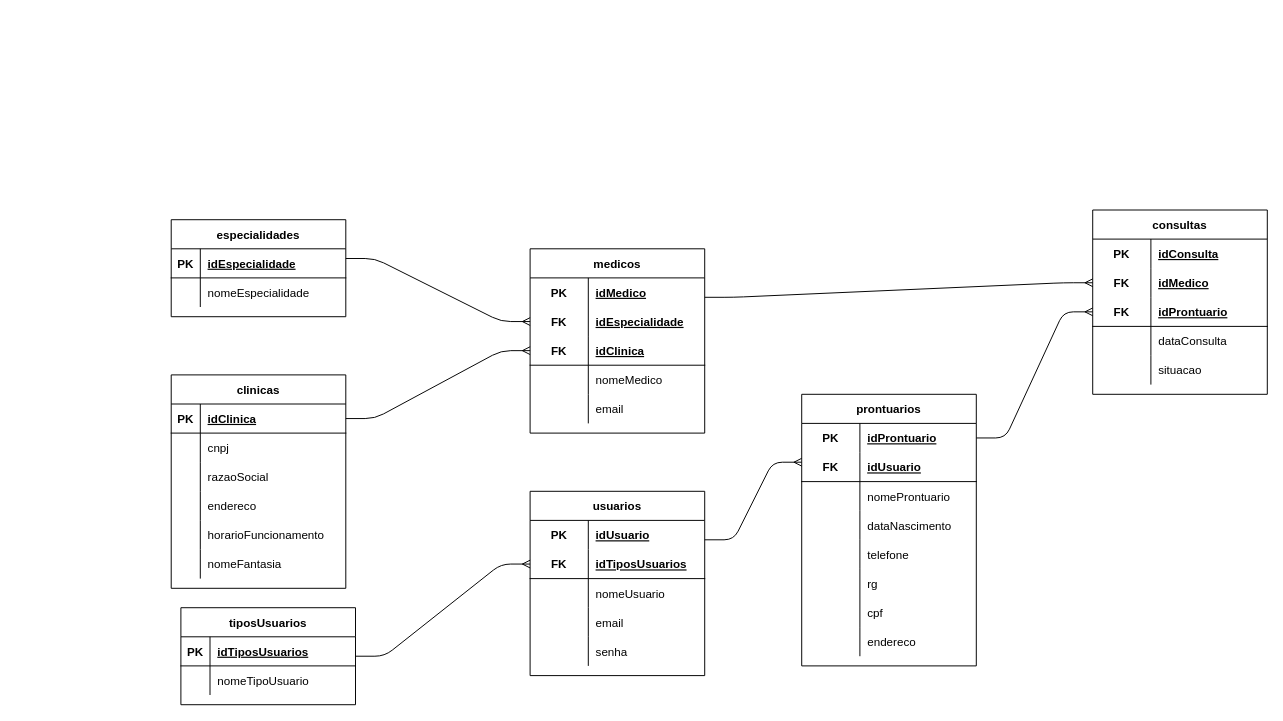
joysenaidevs/senai_sprint1_bd keeps this draw.io diagram as page "Logico" (2 of 2) of proj_med_group/Modelagem de dados/projetomed.drawio. Above is the earlier version. Source tidied: cells renumbered, new cells numbered last; positions are measured from the earlier drawing's top-left corner, leaving out a move shared by most shapes. Both pictures are drawn from the tidied source at 97%, with x=0, y=0 at pixel (171, 210).
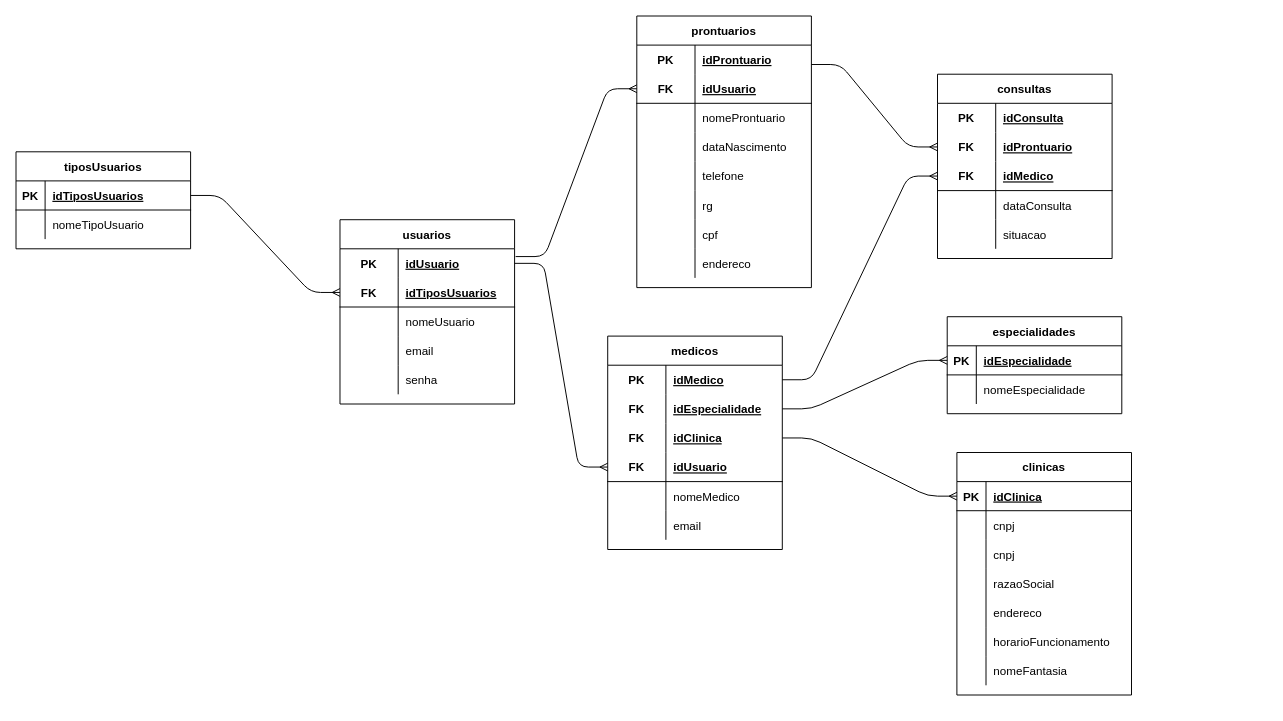
The same diagram, later.

The change refers to these unchanged cells:
```xml
<mxCell id="3" style="shape=partialRectangle;fillColor=none;top=0;left=0;bottom=1;right=0;points=[[0,0.5],[1,0.5]];portConstraint=eastwest;" parent="2" vertex="1">
  <mxGeometry y="30" width="180" height="30" as="geometry" />
</mxCell>
<mxCell id="38" style="shape=partialRectangle;fillColor=none;top=0;left=0;bottom=1;right=0;points=[[0,0.5],[1,0.5]];portConstraint=eastwest;" parent="37" vertex="1">
  <mxGeometry y="30" width="180" height="30" as="geometry" />
</mxCell>
<mxCell id="45" style="shape=partialRectangle;fillColor=none;top=0;left=0;bottom=1;right=0;points=[[0,0.5],[1,0.5]];portConstraint=eastwest;" parent="44" vertex="1">
  <mxGeometry y="30" width="180" height="30" as="geometry" />
</mxCell>
<mxCell id="52" style="shape=partialRectangle;fillColor=none;top=0;left=0;bottom=0;right=0;points=[[0,0.5],[1,0.5]];portConstraint=eastwest;" parent="51" vertex="1">
  <mxGeometry y="30" width="180" height="30" as="geometry" />
</mxCell>
<mxCell id="55" style="shape=partialRectangle;fillColor=none;top=0;left=0;bottom=1;right=0;points=[[0,0.5],[1,0.5]];portConstraint=eastwest;" parent="51" vertex="1">
  <mxGeometry y="60" width="180" height="30" as="geometry" />
</mxCell>
<mxCell id="68" style="shape=partialRectangle;fillColor=none;top=0;left=0;bottom=0;right=0;points=[[0,0.5],[1,0.5]];portConstraint=eastwest;" parent="67" vertex="1">
  <mxGeometry y="30" width="180" height="30" as="geometry" />
</mxCell>
<mxCell id="71" style="shape=partialRectangle;fillColor=none;top=0;left=0;bottom=1;right=0;points=[[0,0.5],[1,0.5]];portConstraint=eastwest;" parent="67" vertex="1">
  <mxGeometry y="60" width="180" height="30" as="geometry" />
</mxCell>
<mxCell id="96" style="shape=partialRectangle;fillColor=none;top=0;left=0;bottom=0;right=0;points=[[0,0.5],[1,0.5]];portConstraint=eastwest;" parent="92" vertex="1">
  <mxGeometry y="60" width="180" height="30" as="geometry" />
</mxCell>
<mxCell id="99" style="shape=partialRectangle;fillColor=none;top=0;left=0;bottom=1;right=0;points=[[0,0.5],[1,0.5]];portConstraint=eastwest;" parent="92" vertex="1">
  <mxGeometry y="90" width="180" height="30" as="geometry" />
</mxCell>
```

Change to the diagram source:
```diff
@@
     <mxCell id="2" value="clinicas" style="shape=table;startSize=30;childLayout=tableLayout;rowLines=0;fontStyle=1;align=center;" parent="1" vertex="1">
-      <mxGeometry y="170" width="180" height="220" as="geometry" />
+      <mxGeometry x="810" y="250" width="180" height="250" as="geometry" />
     </mxCell>
@@
+    <mxCell id="114" style="shape=partialRectangle;fillColor=none;top=0;left=0;bottom=0;right=0;" parent="2" vertex="1">
+      <mxGeometry y="60" width="180" height="30" as="geometry" />
+    </mxCell>
+    <mxCell id="115" style="shape=partialRectangle;fillColor=none;top=0;left=0;bottom=0;right=0;overflow=hidden;" parent="114" vertex="1">
+      <mxGeometry width="30" height="30" as="geometry" />
+    </mxCell>
+    <mxCell id="116" value="cnpj" style="shape=partialRectangle;fillColor=none;top=0;left=0;bottom=0;right=0;align=left;spacingLeft=6;overflow=hidden;" parent="114" vertex="1">
+      <mxGeometry x="30" width="150" height="30" as="geometry" />
+    </mxCell>
     <mxCell id="6" style="shape=partialRectangle;fillColor=none;top=0;left=0;bottom=0;right=0;" parent="2" vertex="1">
-      <mxGeometry y="60" width="180" height="30" as="geometry" />
+      <mxGeometry y="90" width="180" height="30" as="geometry" />
     </mxCell>
@@
     <mxCell id="9" style="shape=partialRectangle;fillColor=none;top=0;left=0;bottom=0;right=0;" parent="2" vertex="1">
-      <mxGeometry y="90" width="180" height="30" as="geometry" />
+      <mxGeometry y="120" width="180" height="30" as="geometry" />
     </mxCell>
@@
     <mxCell id="12" style="shape=partialRectangle;fillColor=none;top=0;left=0;bottom=0;right=0;" parent="2" vertex="1">
-      <mxGeometry y="120" width="180" height="30" as="geometry" />
+      <mxGeometry y="150" width="180" height="30" as="geometry" />
     </mxCell>
@@
     <mxCell id="15" style="shape=partialRectangle;fillColor=none;top=0;left=0;bottom=0;right=0;" parent="2" vertex="1">
-      <mxGeometry y="150" width="180" height="30" as="geometry" />
+      <mxGeometry y="180" width="180" height="30" as="geometry" />
     </mxCell>
@@
     <mxCell id="18" style="shape=partialRectangle;fillColor=none;top=0;left=0;bottom=0;right=0;" parent="2" vertex="1">
-      <mxGeometry y="180" width="180" height="30" as="geometry" />
+      <mxGeometry y="210" width="180" height="30" as="geometry" />
     </mxCell>
@@
     <mxCell id="21" value="medicos" style="shape=table;startSize=30;childLayout=tableLayout;rowLines=0;fontStyle=1;align=center;" parent="1" vertex="1">
-      <mxGeometry x="370" y="40" width="180" height="190" as="geometry" />
+      <mxGeometry x="450" y="130" width="180" height="220" as="geometry" />
     </mxCell>
+    <mxCell id="117" style="shape=partialRectangle;fillColor=none;top=0;left=0;bottom=0;right=0;points=[[0,0.5],[1,0.5]];portConstraint=eastwest;" parent="21" vertex="1">
+      <mxGeometry y="30" width="180" height="30" as="geometry" />
+    </mxCell>
+    <mxCell id="118" value="PK" style="shape=partialRectangle;fillColor=none;top=0;left=0;bottom=0;right=0;fontStyle=1;overflow=hidden;" parent="117" vertex="1">
+      <mxGeometry width="60" height="30" as="geometry" />
+    </mxCell>
+    <mxCell id="119" value="idMedico" style="shape=partialRectangle;fillColor=none;top=0;left=0;bottom=0;right=0;align=left;spacingLeft=6;fontStyle=5;overflow=hidden;" parent="117" vertex="1">
+      <mxGeometry x="60" width="120" height="30" as="geometry" />
+    </mxCell>
     <mxCell id="22" style="shape=partialRectangle;fillColor=none;top=0;left=0;bottom=0;right=0;points=[[0,0.5],[1,0.5]];portConstraint=eastwest;" parent="21" vertex="1">
-      <mxGeometry y="30" width="180" height="30" as="geometry" />
+      <mxGeometry y="60" width="180" height="30" as="geometry" />
     </mxCell>
-    <mxCell id="23" value="PK" style="shape=partialRectangle;fillColor=none;top=0;left=0;bottom=0;right=0;fontStyle=1;overflow=hidden;" parent="22" vertex="1">
+    <mxCell id="23" value="FK" style="shape=partialRectangle;fillColor=none;top=0;left=0;bottom=0;right=0;fontStyle=1;overflow=hidden;" parent="22" vertex="1">
       <mxGeometry width="60" height="30" as="geometry" />
     </mxCell>
-    <mxCell id="24" value="idMedico" style="shape=partialRectangle;fillColor=none;top=0;left=0;bottom=0;right=0;align=left;spacingLeft=6;fontStyle=5;overflow=hidden;" parent="22" vertex="1">
+    <mxCell id="24" value="idEspecialidade" style="shape=partialRectangle;fillColor=none;top=0;left=0;bottom=0;right=0;align=left;spacingLeft=6;fontStyle=5;overflow=hidden;" parent="22" vertex="1">
       <mxGeometry x="60" width="120" height="30" as="geometry" />
     </mxCell>
     <mxCell id="25" style="shape=partialRectangle;fillColor=none;top=0;left=0;bottom=0;right=0;points=[[0,0.5],[1,0.5]];portConstraint=eastwest;" parent="21" vertex="1">
-      <mxGeometry y="60" width="180" height="30" as="geometry" />
+      <mxGeometry y="90" width="180" height="30" as="geometry" />
     </mxCell>
@@
-    <mxCell id="27" value="idEspecialidade" style="shape=partialRectangle;fillColor=none;top=0;left=0;bottom=0;right=0;align=left;spacingLeft=6;fontStyle=5;overflow=hidden;" parent="25" vertex="1">
+    <mxCell id="27" value="idClinica" style="shape=partialRectangle;fillColor=none;top=0;left=0;bottom=0;right=0;align=left;spacingLeft=6;fontStyle=5;overflow=hidden;" parent="25" vertex="1">
       <mxGeometry x="60" width="120" height="30" as="geometry" />
     </mxCell>
     <mxCell id="28" style="shape=partialRectangle;fillColor=none;top=0;left=0;bottom=1;right=0;points=[[0,0.5],[1,0.5]];portConstraint=eastwest;" parent="21" vertex="1">
-      <mxGeometry y="90" width="180" height="30" as="geometry" />
+      <mxGeometry y="120" width="180" height="30" as="geometry" />
     </mxCell>
@@
-    <mxCell id="30" value="idClinica" style="shape=partialRectangle;fillColor=none;top=0;left=0;bottom=0;right=0;align=left;spacingLeft=6;fontStyle=5;overflow=hidden;" parent="28" vertex="1">
+    <mxCell id="30" value="idUsuario" style="shape=partialRectangle;fillColor=none;top=0;left=0;bottom=0;right=0;align=left;spacingLeft=6;fontStyle=5;overflow=hidden;" parent="28" vertex="1">
       <mxGeometry x="60" width="120" height="30" as="geometry" />
     </mxCell>
     <mxCell id="31" style="shape=partialRectangle;fillColor=none;top=0;left=0;bottom=0;right=0;" parent="21" vertex="1">
-      <mxGeometry y="120" width="180" height="30" as="geometry" />
+      <mxGeometry y="150" width="180" height="30" as="geometry" />
     </mxCell>
@@
     <mxCell id="34" style="shape=partialRectangle;fillColor=none;top=0;left=0;bottom=0;right=0;" parent="21" vertex="1">
-      <mxGeometry y="150" width="180" height="30" as="geometry" />
+      <mxGeometry y="180" width="180" height="30" as="geometry" />
     </mxCell>
@@
     <mxCell id="37" value="especialidades" style="shape=table;startSize=30;childLayout=tableLayout;rowLines=0;fontStyle=1;align=center;" parent="1" vertex="1">
-      <mxGeometry y="10" width="180" height="100" as="geometry" />
+      <mxGeometry x="800" y="110" width="180" height="100" as="geometry" />
     </mxCell>
@@
     <mxCell id="44" value="tiposUsuarios" style="shape=table;startSize=30;childLayout=tableLayout;rowLines=0;fontStyle=1;align=center;" parent="1" vertex="1">
-      <mxGeometry x="10" y="410" width="180" height="100" as="geometry" />
+      <mxGeometry x="-160" y="-60" width="180" height="100" as="geometry" />
     </mxCell>
@@
     <mxCell id="51" value="usuarios" style="shape=table;startSize=30;childLayout=tableLayout;rowLines=0;fontStyle=1;align=center;" parent="1" vertex="1">
-      <mxGeometry x="370" y="290" width="180" height="190" as="geometry" />
+      <mxGeometry x="174" y="10" width="180" height="190" as="geometry" />
     </mxCell>
@@
     <mxCell id="67" value="prontuarios" style="shape=table;startSize=30;childLayout=tableLayout;rowLines=0;fontStyle=1;align=center;" parent="1" vertex="1">
-      <mxGeometry x="650" y="190" width="180" height="280" as="geometry" />
+      <mxGeometry x="480" y="-200" width="180" height="280" as="geometry" />
     </mxCell>
@@
     <mxCell id="92" value="consultas" style="shape=table;startSize=30;childLayout=tableLayout;rowLines=0;fontStyle=1;align=center;" parent="1" vertex="1">
-      <mxGeometry x="950" width="180" height="190" as="geometry" />
+      <mxGeometry x="790" y="-140" width="180" height="190" as="geometry" />
     </mxCell>
@@
-    <mxCell id="98" value="idMedico" style="shape=partialRectangle;fillColor=none;top=0;left=0;bottom=0;right=0;align=left;spacingLeft=6;fontStyle=5;overflow=hidden;" parent="96" vertex="1">
+    <mxCell id="98" value="idProntuario" style="shape=partialRectangle;fillColor=none;top=0;left=0;bottom=0;right=0;align=left;spacingLeft=6;fontStyle=5;overflow=hidden;" parent="96" vertex="1">
       <mxGeometry x="60" width="120" height="30" as="geometry" />
     </mxCell>
@@
-    <mxCell id="101" value="idProntuario" style="shape=partialRectangle;fillColor=none;top=0;left=0;bottom=0;right=0;align=left;spacingLeft=6;fontStyle=5;overflow=hidden;" parent="99" vertex="1">
+    <mxCell id="101" value="idMedico" style="shape=partialRectangle;fillColor=none;top=0;left=0;bottom=0;right=0;align=left;spacingLeft=6;fontStyle=5;overflow=hidden;" parent="99" vertex="1">
       <mxGeometry x="60" width="120" height="30" as="geometry" />
     </mxCell>
@@
-    <mxCell id="108" style="edgeStyle=entityRelationEdgeStyle;fontSize=12;html=1;endArrow=ERmany;entryX=0;entryY=0.5;entryDx=0;entryDy=0;" parent="1" edge="1" target="25">
-      <mxGeometry relative="1" as="geometry">
-        <mxPoint x="180" y="50" as="sourcePoint" />
-      </mxGeometry>
-    </mxCell>
-    <mxCell id="109" style="edgeStyle=entityRelationEdgeStyle;fontSize=12;html=1;endArrow=ERmany;exitX=1;exitY=0.5;exitDx=0;exitDy=0;" parent="1" edge="1" source="3">
-      <mxGeometry relative="1" as="geometry">
-        <mxPoint x="370" y="145" as="targetPoint" />
-      </mxGeometry>
-    </mxCell>
-    <mxCell id="110" style="edgeStyle=entityRelationEdgeStyle;fontSize=12;html=1;endArrow=ERmany;entryX=0;entryY=0.5;entryDx=0;entryDy=0;" parent="1" edge="1" target="55">
-      <mxGeometry relative="1" as="geometry">
-        <mxPoint x="190" y="460" as="sourcePoint" />
-      </mxGeometry>
-    </mxCell>
-    <mxCell id="111" style="edgeStyle=entityRelationEdgeStyle;fontSize=12;html=1;endArrow=ERmany;" parent="1" edge="1">
-      <mxGeometry relative="1" as="geometry">
-        <mxPoint x="550" y="340" as="sourcePoint" />
-        <mxPoint x="650" y="260" as="targetPoint" />
-      </mxGeometry>
-    </mxCell>
-    <mxCell id="112" style="edgeStyle=entityRelationEdgeStyle;fontSize=12;html=1;endArrow=ERmany;entryX=0;entryY=0.5;entryDx=0;entryDy=0;" parent="1" edge="1" target="96">
-      <mxGeometry relative="1" as="geometry">
-        <mxPoint x="550" y="90" as="sourcePoint" />
-      </mxGeometry>
-    </mxCell>
-    <mxCell id="113" style="edgeStyle=entityRelationEdgeStyle;fontSize=12;html=1;endArrow=ERmany;entryX=0;entryY=0.5;entryDx=0;entryDy=0;exitX=1;exitY=0.5;exitDx=0;exitDy=0;" parent="1" edge="1" source="68" target="99">
-      <mxGeometry relative="1" as="geometry" />
-    </mxCell>
+    <mxCell id="120" style="edgeStyle=entityRelationEdgeStyle;fontSize=12;html=1;endArrow=ERmany;entryX=0;entryY=0.5;entryDx=0;entryDy=0;exitX=1;exitY=0.5;exitDx=0;exitDy=0;" parent="1" edge="1" source="45" target="55">
+      <mxGeometry relative="1" as="geometry" />
+    </mxCell>
+    <mxCell id="121" style="edgeStyle=entityRelationEdgeStyle;fontSize=12;html=1;endArrow=ERmany;entryX=0;entryY=0.5;entryDx=0;entryDy=0;exitX=1.006;exitY=0.267;exitDx=0;exitDy=0;exitPerimeter=0;" parent="1" edge="1" source="52" target="71">
+      <mxGeometry relative="1" as="geometry" />
+    </mxCell>
+    <mxCell id="122" style="edgeStyle=entityRelationEdgeStyle;fontSize=12;html=1;endArrow=ERmany;exitX=1;exitY=0.5;exitDx=0;exitDy=0;entryX=0;entryY=0.5;entryDx=0;entryDy=0;" parent="1" edge="1" source="52" target="28">
+      <mxGeometry relative="1" as="geometry" />
+    </mxCell>
+    <mxCell id="123" style="edgeStyle=entityRelationEdgeStyle;fontSize=12;html=1;endArrow=ERmany;entryX=0;entryY=0.5;entryDx=0;entryDy=0;exitX=1;exitY=0.5;exitDx=0;exitDy=0;" parent="1" edge="1" source="117" target="99">
+      <mxGeometry relative="1" as="geometry" />
+    </mxCell>
+    <mxCell id="124" style="edgeStyle=entityRelationEdgeStyle;fontSize=12;html=1;endArrow=ERmany;entryX=0;entryY=0.5;entryDx=0;entryDy=0;" parent="1" edge="1" target="96">
+      <mxGeometry relative="1" as="geometry">
+        <mxPoint x="660" y="-150" as="sourcePoint" />
+      </mxGeometry>
+    </mxCell>
+    <mxCell id="125" style="edgeStyle=entityRelationEdgeStyle;fontSize=12;html=1;endArrow=ERmany;exitX=1;exitY=0.5;exitDx=0;exitDy=0;entryX=0;entryY=0.5;entryDx=0;entryDy=0;" parent="1" edge="1" source="22" target="38">
+      <mxGeometry relative="1" as="geometry" />
+    </mxCell>
+    <mxCell id="126" style="edgeStyle=entityRelationEdgeStyle;fontSize=12;html=1;endArrow=ERmany;exitX=1;exitY=0.5;exitDx=0;exitDy=0;entryX=0;entryY=0.5;entryDx=0;entryDy=0;" parent="1" edge="1" source="25" target="3">
+      <mxGeometry relative="1" as="geometry" />
+    </mxCell>
```
